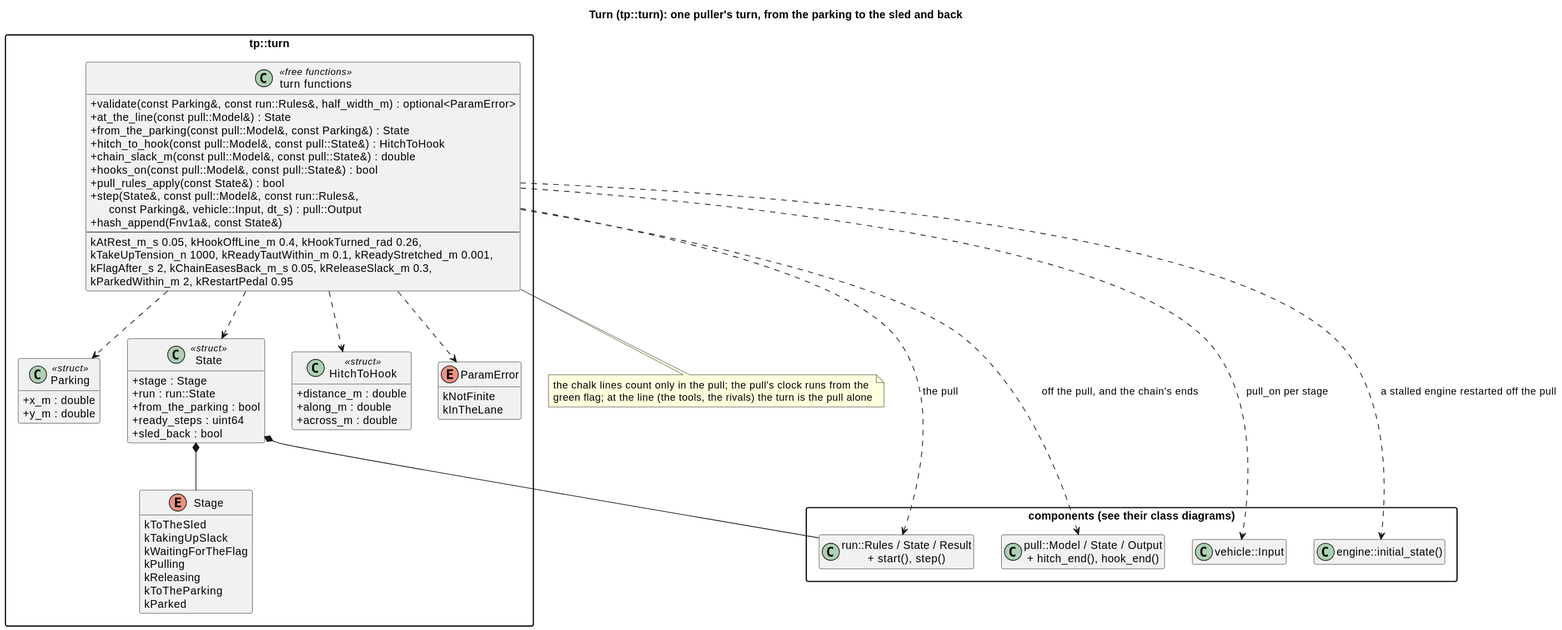
Before: docs/diagrams/svg/turn_classes.svg, a diagram exported from PlantUML (wversteeg/TractorPulling).
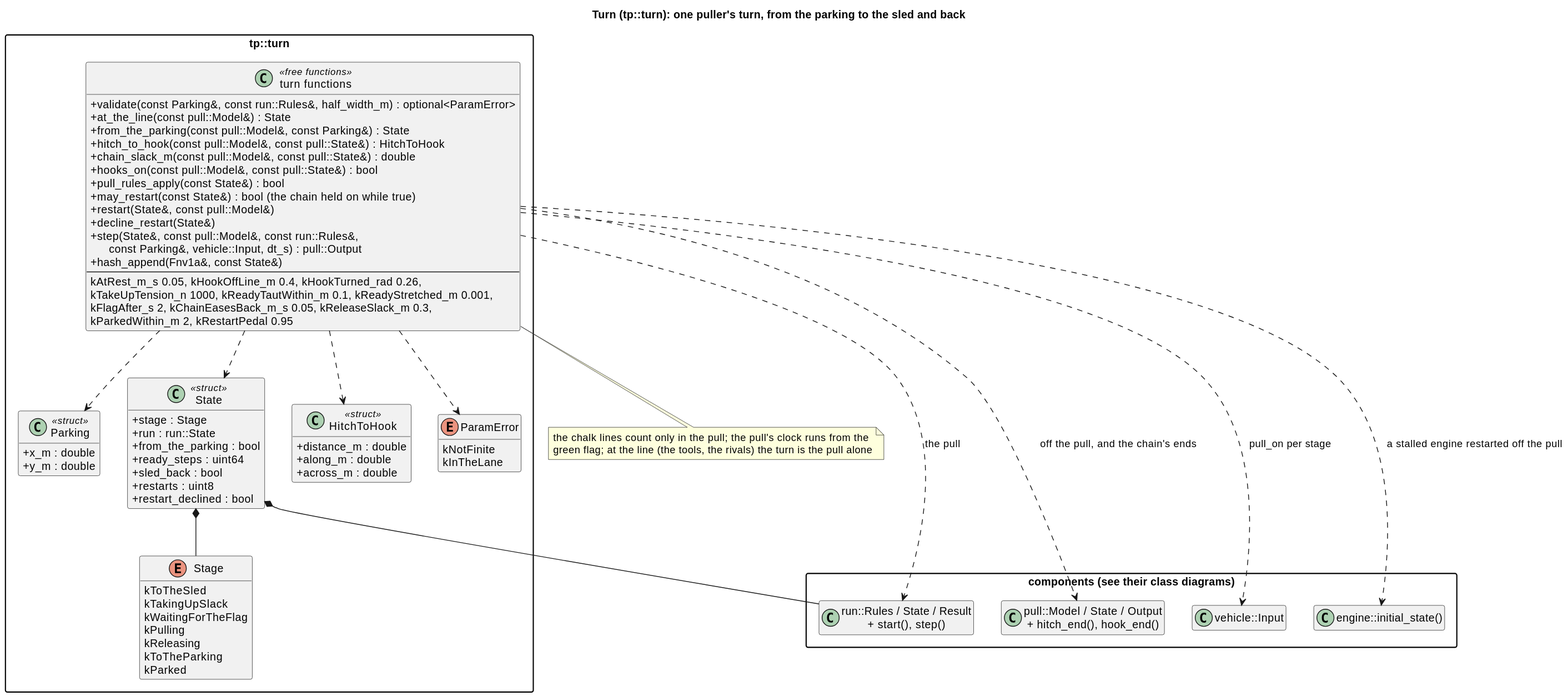
Above is the later version.

Diff of the diagram source:
```diff
@@ -31,6 +31,8 @@
     +from_the_parking : bool
     +ready_steps : uint64
     +sled_back : bool
+    +restarts : uint8
+    +restart_declined : bool
   }
   class HitchToHook <<struct>> {
     +distance_m : double
@@ -49,6 +51,9 @@
     +chain_slack_m(const pull::Model&, const pull::State&) : double
     +hooks_on(const pull::Model&, const pull::State&) : bool
     +pull_rules_apply(const State&) : bool
+    +may_restart(const State&) : bool (the chain held on while true)
+    +restart(State&, const pull::Model&)
+    +decline_restart(State&)
     +step(State&, const pull::Model&, const run::Rules&,\n      const Parking&, vehicle::Input, dt_s) : pull::Output
     +hash_append(Fnv1a&, const State&)
     --
```
